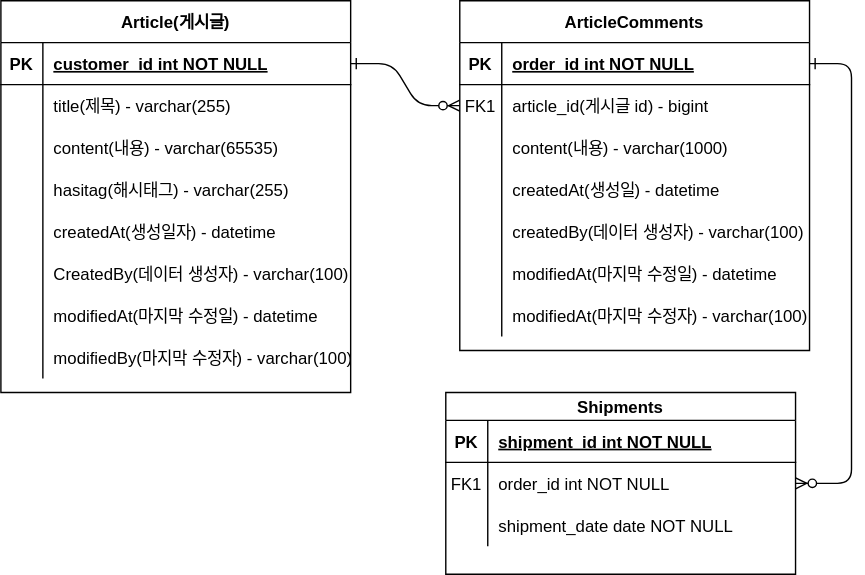
Earlier version of the draw.io export document/project-board-erd.drawio.svg (xron2929/fastcampus-project-board). Source tidied: cells renumbered, new cells last; positions are measured from the earlier drawing's top-left corner, leaving out a move shared by most shapes.
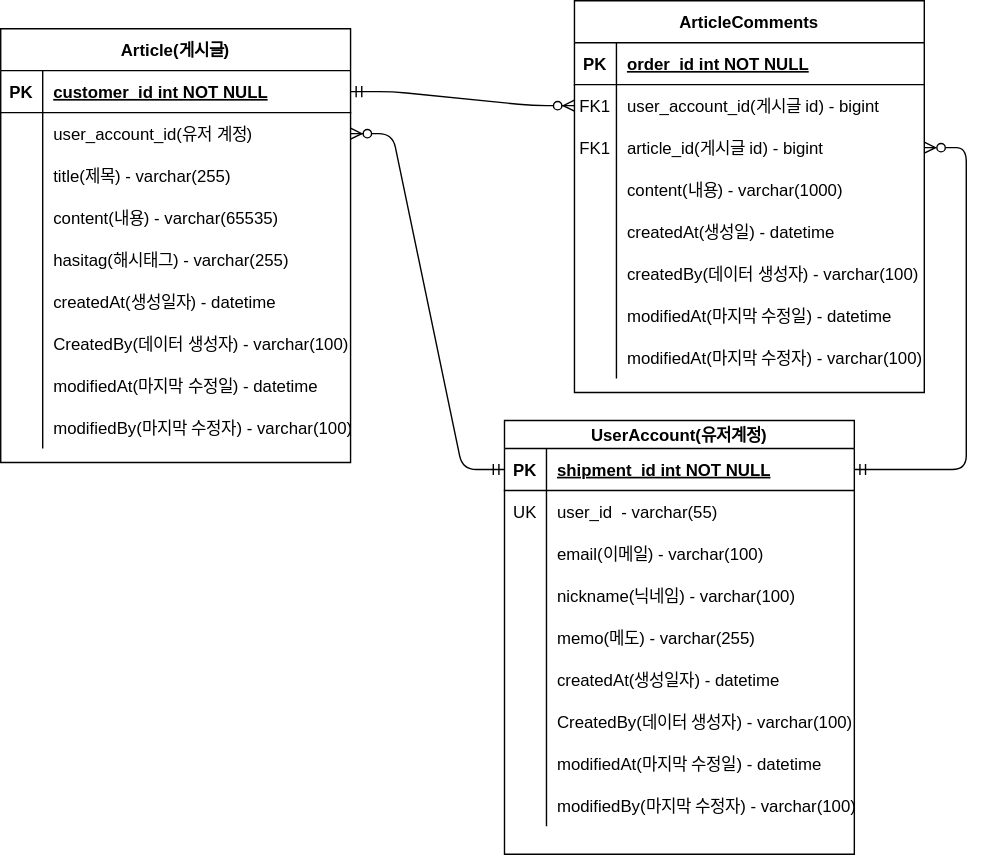
Later version of the same file.

The edit, as a diff of the source:
```diff
@@ -2,14 +2,11 @@
   <root>
     <mxCell id="0" />
     <mxCell id="1" parent="0" />
-    <mxCell id="2" style="edgeStyle=entityRelationEdgeStyle;endArrow=ERzeroToMany;startArrow=ERone;endFill=1;startFill=0;" parent="1" edge="1" source="37" target="8">
-      <mxGeometry relative="1" as="geometry" />
-    </mxCell>
-    <mxCell id="3" style="edgeStyle=entityRelationEdgeStyle;endArrow=ERzeroToMany;startArrow=ERone;endFill=1;startFill=0;" parent="1" edge="1" source="5" target="30">
+    <mxCell id="3" style="edgeStyle=entityRelationEdgeStyle;endArrow=ERmandOne;startArrow=ERzeroToMany;endFill=0;startFill=0;entryX=1;entryY=0.5;entryDx=0;entryDy=0;" parent="1" edge="1" source="61" target="27">
       <mxGeometry relative="1" as="geometry" />
     </mxCell>
     <mxCell id="4" value="ArticleComments" style="shape=table;startSize=30;rowLines=0;fontStyle=1;align=center;" parent="1" vertex="1">
-      <mxGeometry x="328" width="250" height="250" as="geometry" />
+      <mxGeometry x="328" y="-20" width="250" height="280" as="geometry" />
     </mxCell>
     <mxCell id="5" style="shape=partialRectangle;fillColor=none;points=[[0,0.5],[1,0.5]];portConstraint=eastwest;top=0;left=0;right=0;bottom=1;" parent="4" vertex="1">
       <mxGeometry y="30" width="250" height="30" as="geometry" />
@@ -26,11 +23,20 @@
     <mxCell id="9" value="FK1" style="shape=partialRectangle;overflow=hidden;fillColor=none;top=0;left=0;bottom=0;right=0;" parent="8" vertex="1">
       <mxGeometry width="30" height="30" as="geometry" />
     </mxCell>
-    <mxCell id="10" value="article_id(게시글 id) - bigint" style="shape=partialRectangle;overflow=hidden;fillColor=none;top=0;left=0;bottom=0;right=0;align=left;spacingLeft=6;" parent="8" vertex="1">
+    <mxCell id="10" value="user_account_id(게시글 id) - bigint" style="shape=partialRectangle;overflow=hidden;fillColor=none;top=0;left=0;bottom=0;right=0;align=left;spacingLeft=6;" parent="8" vertex="1">
       <mxGeometry x="30" width="220" height="30" as="geometry" />
     </mxCell>
+    <mxCell id="61" style="shape=partialRectangle;fillColor=none;points=[[0,0.5],[1,0.5]];portConstraint=eastwest;top=0;left=0;right=0;bottom=0;" parent="4" vertex="1">
+      <mxGeometry y="90" width="250" height="30" as="geometry" />
+    </mxCell>
+    <mxCell id="62" value="FK1" style="shape=partialRectangle;overflow=hidden;fillColor=none;top=0;left=0;bottom=0;right=0;" parent="61" vertex="1">
+      <mxGeometry width="30" height="30" as="geometry" />
+    </mxCell>
+    <mxCell id="63" value="article_id(게시글 id) - bigint" style="shape=partialRectangle;overflow=hidden;fillColor=none;top=0;left=0;bottom=0;right=0;align=left;spacingLeft=6;" parent="61" vertex="1">
+      <mxGeometry x="30" width="220" height="30" as="geometry" />
+    </mxCell>
     <mxCell id="11" style="shape=partialRectangle;fillColor=none;top=0;left=0;right=0;bottom=0;" parent="4" vertex="1">
-      <mxGeometry y="90" width="250" height="30" as="geometry" />
+      <mxGeometry y="120" width="250" height="30" as="geometry" />
     </mxCell>
     <mxCell id="12" style="shape=partialRectangle;overflow=hidden;fillColor=none;top=0;left=0;bottom=0;right=0;" parent="11" vertex="1">
       <mxGeometry width="30" height="30" as="geometry" />
@@ -39,7 +45,7 @@
       <mxGeometry x="30" width="220" height="30" as="geometry" />
     </mxCell>
     <mxCell id="14" style="shape=partialRectangle;fillColor=none;top=0;left=0;right=0;bottom=0;" parent="4" vertex="1">
-      <mxGeometry y="120" width="250" height="30" as="geometry" />
+      <mxGeometry y="150" width="250" height="30" as="geometry" />
     </mxCell>
     <mxCell id="15" style="shape=partialRectangle;overflow=hidden;fillColor=none;top=0;left=0;bottom=0;right=0;" parent="14" vertex="1">
       <mxGeometry width="30" height="30" as="geometry" />
@@ -48,7 +54,7 @@
       <mxGeometry x="30" width="220" height="30" as="geometry" />
     </mxCell>
     <mxCell id="17" style="shape=partialRectangle;fillColor=none;top=0;left=0;right=0;bottom=0;" parent="4" vertex="1">
-      <mxGeometry y="150" width="250" height="30" as="geometry" />
+      <mxGeometry y="180" width="250" height="30" as="geometry" />
     </mxCell>
     <mxCell id="18" style="shape=partialRectangle;overflow=hidden;fillColor=none;top=0;left=0;bottom=0;right=0;" parent="17" vertex="1">
       <mxGeometry width="30" height="30" as="geometry" />
@@ -57,7 +63,7 @@
       <mxGeometry x="30" width="220" height="30" as="geometry" />
     </mxCell>
     <mxCell id="20" style="shape=partialRectangle;fillColor=none;top=0;left=0;right=0;bottom=0;" parent="4" vertex="1">
-      <mxGeometry y="180" width="250" height="30" as="geometry" />
+      <mxGeometry y="210" width="250" height="30" as="geometry" />
     </mxCell>
     <mxCell id="21" style="shape=partialRectangle;overflow=hidden;fillColor=none;top=0;left=0;bottom=0;right=0;" parent="20" vertex="1">
       <mxGeometry width="30" height="30" as="geometry" />
@@ -66,7 +72,7 @@
       <mxGeometry x="30" width="220" height="30" as="geometry" />
     </mxCell>
     <mxCell id="23" style="shape=partialRectangle;fillColor=none;top=0;left=0;right=0;bottom=0;" parent="4" vertex="1">
-      <mxGeometry y="210" width="250" height="30" as="geometry" />
+      <mxGeometry y="240" width="250" height="30" as="geometry" />
     </mxCell>
     <mxCell id="24" style="shape=partialRectangle;overflow=hidden;fillColor=none;top=0;left=0;bottom=0;right=0;" parent="23" vertex="1">
       <mxGeometry width="30" height="30" as="geometry" />
@@ -74,8 +80,8 @@
     <mxCell id="25" value="modifiedAt(마지막 수정자) - varchar(100)" style="shape=partialRectangle;overflow=hidden;fillColor=none;top=0;left=0;bottom=0;right=0;align=left;spacingLeft=6;" parent="23" vertex="1">
       <mxGeometry x="30" width="220" height="30" as="geometry" />
     </mxCell>
-    <mxCell id="26" value="Shipments" style="shape=table;startSize=20;rowLines=0;fontStyle=1;align=center;" parent="1" vertex="1">
-      <mxGeometry x="318" y="280" width="250" height="130" as="geometry" />
+    <mxCell id="26" value="UserAccount(유저계정)" style="shape=table;startSize=20;rowLines=0;fontStyle=1;align=center;" parent="1" vertex="1">
+      <mxGeometry x="278" y="280" width="250" height="310" as="geometry" />
     </mxCell>
     <mxCell id="27" style="shape=partialRectangle;fillColor=none;points=[[0,0.5],[1,0.5]];portConstraint=eastwest;top=0;left=0;right=0;bottom=1;" parent="26" vertex="1">
       <mxGeometry y="20" width="250" height="30" as="geometry" />
@@ -89,10 +95,10 @@
     <mxCell id="30" style="shape=partialRectangle;fillColor=none;points=[[0,0.5],[1,0.5]];portConstraint=eastwest;top=0;left=0;right=0;bottom=0;" parent="26" vertex="1">
       <mxGeometry y="50" width="250" height="30" as="geometry" />
     </mxCell>
-    <mxCell id="31" value="FK1" style="shape=partialRectangle;overflow=hidden;fillColor=none;top=0;left=0;bottom=0;right=0;" parent="30" vertex="1">
+    <mxCell id="31" value="UK" style="shape=partialRectangle;overflow=hidden;fillColor=none;top=0;left=0;bottom=0;right=0;" parent="30" vertex="1">
       <mxGeometry width="30" height="30" as="geometry" />
     </mxCell>
-    <mxCell id="32" value="order_id int NOT NULL" style="shape=partialRectangle;overflow=hidden;fillColor=none;top=0;left=0;bottom=0;right=0;align=left;spacingLeft=6;" parent="30" vertex="1">
+    <mxCell id="32" value="user_id  - varchar(55)" style="shape=partialRectangle;overflow=hidden;fillColor=none;top=0;left=0;bottom=0;right=0;align=left;spacingLeft=6;" parent="30" vertex="1">
       <mxGeometry x="30" width="220" height="30" as="geometry" />
     </mxCell>
     <mxCell id="33" style="shape=partialRectangle;fillColor=none;top=0;left=0;right=0;bottom=0;" parent="26" vertex="1">
@@ -101,11 +107,68 @@
     <mxCell id="34" style="shape=partialRectangle;overflow=hidden;fillColor=none;top=0;left=0;bottom=0;right=0;" parent="33" vertex="1">
       <mxGeometry width="30" height="30" as="geometry" />
     </mxCell>
-    <mxCell id="35" value="shipment_date date NOT NULL" style="shape=partialRectangle;overflow=hidden;fillColor=none;top=0;left=0;bottom=0;right=0;align=left;spacingLeft=6;" parent="33" vertex="1">
+    <mxCell id="35" value="email(이메일) - varchar(100)" style="shape=partialRectangle;overflow=hidden;fillColor=none;top=0;left=0;bottom=0;right=0;align=left;spacingLeft=6;" parent="33" vertex="1">
       <mxGeometry x="30" width="220" height="30" as="geometry" />
     </mxCell>
+    <mxCell id="64" style="shape=partialRectangle;fillColor=none;top=0;left=0;right=0;bottom=0;" parent="26" vertex="1">
+      <mxGeometry y="110" width="250" height="30" as="geometry" />
+    </mxCell>
+    <mxCell id="65" style="shape=partialRectangle;overflow=hidden;fillColor=none;top=0;left=0;bottom=0;right=0;" parent="64" vertex="1">
+      <mxGeometry width="30" height="30" as="geometry" />
+    </mxCell>
+    <mxCell id="66" value="nickname(닉네임) - varchar(100)" style="shape=partialRectangle;overflow=hidden;fillColor=none;top=0;left=0;bottom=0;right=0;align=left;spacingLeft=6;" parent="64" vertex="1">
+      <mxGeometry x="30" width="220" height="30" as="geometry" />
+    </mxCell>
+    <mxCell id="67" style="shape=partialRectangle;fillColor=none;top=0;left=0;right=0;bottom=0;" parent="26" vertex="1">
+      <mxGeometry y="140" width="250" height="30" as="geometry" />
+    </mxCell>
+    <mxCell id="68" style="shape=partialRectangle;overflow=hidden;fillColor=none;top=0;left=0;bottom=0;right=0;" parent="67" vertex="1">
+      <mxGeometry width="30" height="30" as="geometry" />
+    </mxCell>
+    <mxCell id="69" value="memo(메도) - varchar(255)" style="shape=partialRectangle;overflow=hidden;fillColor=none;top=0;left=0;bottom=0;right=0;align=left;spacingLeft=6;" parent="67" vertex="1">
+      <mxGeometry x="30" width="220" height="30" as="geometry" />
+    </mxCell>
+    <mxCell id="70" style="shape=partialRectangle;fillColor=none;top=0;left=0;right=0;bottom=0;" parent="26" vertex="1">
+      <mxGeometry y="170" width="250" height="30" as="geometry" />
+    </mxCell>
+    <mxCell id="71" style="shape=partialRectangle;overflow=hidden;fillColor=none;top=0;left=0;bottom=0;right=0;" parent="70" vertex="1">
+      <mxGeometry width="30" height="30" as="geometry" />
+    </mxCell>
+    <mxCell id="72" value="createdAt(생성일자) - datetime" style="shape=partialRectangle;overflow=hidden;fillColor=none;top=0;left=0;bottom=0;right=0;align=left;spacingLeft=6;" parent="70" vertex="1">
+      <mxGeometry x="30" width="220" height="30" as="geometry" />
+    </mxCell>
+    <mxCell id="73" style="shape=partialRectangle;fillColor=none;top=0;left=0;right=0;bottom=0;" parent="26" vertex="1">
+      <mxGeometry y="200" width="250" height="30" as="geometry" />
+    </mxCell>
+    <mxCell id="74" style="shape=partialRectangle;overflow=hidden;fillColor=none;top=0;left=0;bottom=0;right=0;" parent="73" vertex="1">
+      <mxGeometry width="30" height="30" as="geometry" />
+    </mxCell>
+    <mxCell id="75" value="CreatedBy(데이터 생성자) - varchar(100)" style="shape=partialRectangle;overflow=hidden;fillColor=none;top=0;left=0;bottom=0;right=0;align=left;spacingLeft=6;" parent="73" vertex="1">
+      <mxGeometry x="30" width="220" height="30" as="geometry" />
+    </mxCell>
+    <mxCell id="76" style="shape=partialRectangle;fillColor=none;top=0;left=0;right=0;bottom=0;" parent="26" vertex="1">
+      <mxGeometry y="230" width="250" height="30" as="geometry" />
+    </mxCell>
+    <mxCell id="77" style="shape=partialRectangle;overflow=hidden;fillColor=none;top=0;left=0;bottom=0;right=0;" parent="76" vertex="1">
+      <mxGeometry width="30" height="30" as="geometry" />
+    </mxCell>
+    <mxCell id="78" value="modifiedAt(마지막 수정일) - datetime" style="shape=partialRectangle;overflow=hidden;fillColor=none;top=0;left=0;bottom=0;right=0;align=left;spacingLeft=6;" parent="76" vertex="1">
+      <mxGeometry x="30" width="220" height="30" as="geometry" />
+    </mxCell>
+    <mxCell id="79" style="shape=partialRectangle;fillColor=none;top=0;left=0;right=0;bottom=0;" parent="26" vertex="1">
+      <mxGeometry y="260" width="250" height="30" as="geometry" />
+    </mxCell>
+    <mxCell id="80" style="shape=partialRectangle;overflow=hidden;fillColor=none;top=0;left=0;bottom=0;right=0;" parent="79" vertex="1">
+      <mxGeometry width="30" height="30" as="geometry" />
+    </mxCell>
+    <mxCell id="81" value="modifiedBy(마지막 수정자) - varchar(100)" style="shape=partialRectangle;overflow=hidden;fillColor=none;top=0;left=0;bottom=0;right=0;align=left;spacingLeft=6;" parent="79" vertex="1">
+      <mxGeometry x="30" width="220" height="30" as="geometry" />
+    </mxCell>
+    <mxCell id="2" style="edgeStyle=entityRelationEdgeStyle;endArrow=ERzeroToMany;startArrow=ERmandOne;endFill=1;startFill=0;exitX=1;exitY=0.5;exitDx=0;exitDy=0;" parent="1" edge="1" source="37" target="8">
+      <mxGeometry relative="1" as="geometry" />
+    </mxCell>
     <mxCell id="36" value="Article(게시글)" style="shape=table;startSize=30;rowLines=0;fontStyle=1;align=center;" parent="1" vertex="1">
-      <mxGeometry width="250" height="280" as="geometry" />
+      <mxGeometry x="-82" width="250" height="310" as="geometry" />
     </mxCell>
     <mxCell id="37" style="shape=partialRectangle;fillColor=none;points=[[0,0.5],[1,0.5]];portConstraint=eastwest;top=0;left=0;right=0;bottom=1;" parent="36" vertex="1">
       <mxGeometry y="30" width="250" height="30" as="geometry" />
@@ -122,11 +185,20 @@
     <mxCell id="41" style="shape=partialRectangle;overflow=hidden;fillColor=none;top=0;left=0;bottom=0;right=0;" parent="40" vertex="1">
       <mxGeometry width="30" height="30" as="geometry" />
     </mxCell>
-    <mxCell id="42" value="title(제목) - varchar(255)" style="shape=partialRectangle;overflow=hidden;fillColor=none;top=0;left=0;bottom=0;right=0;align=left;spacingLeft=6;" parent="40" vertex="1">
+    <mxCell id="42" value="user_account_id(유저 계정)" style="shape=partialRectangle;overflow=hidden;fillColor=none;top=0;left=0;bottom=0;right=0;align=left;spacingLeft=6;" parent="40" vertex="1">
       <mxGeometry x="30" width="220" height="30" as="geometry" />
     </mxCell>
+    <mxCell id="82" style="shape=partialRectangle;fillColor=none;top=0;left=0;right=0;bottom=0;" parent="36" vertex="1">
+      <mxGeometry y="90" width="250" height="30" as="geometry" />
+    </mxCell>
+    <mxCell id="83" style="shape=partialRectangle;overflow=hidden;fillColor=none;top=0;left=0;bottom=0;right=0;" parent="82" vertex="1">
+      <mxGeometry width="30" height="30" as="geometry" />
+    </mxCell>
+    <mxCell id="84" value="title(제목) - varchar(255)" style="shape=partialRectangle;overflow=hidden;fillColor=none;top=0;left=0;bottom=0;right=0;align=left;spacingLeft=6;" parent="82" vertex="1">
+      <mxGeometry x="30" width="220" height="30" as="geometry" />
+    </mxCell>
     <mxCell id="43" style="shape=partialRectangle;fillColor=none;top=0;left=0;right=0;bottom=0;" parent="36" vertex="1">
-      <mxGeometry y="90" width="250" height="30" as="geometry" />
+      <mxGeometry y="120" width="250" height="30" as="geometry" />
     </mxCell>
     <mxCell id="44" style="shape=partialRectangle;overflow=hidden;fillColor=none;top=0;left=0;bottom=0;right=0;" parent="43" vertex="1">
       <mxGeometry width="30" height="30" as="geometry" />
@@ -135,7 +207,7 @@
       <mxGeometry x="30" width="220" height="30" as="geometry" />
     </mxCell>
     <mxCell id="46" style="shape=partialRectangle;fillColor=none;top=0;left=0;right=0;bottom=0;" parent="36" vertex="1">
-      <mxGeometry y="120" width="250" height="30" as="geometry" />
+      <mxGeometry y="150" width="250" height="30" as="geometry" />
     </mxCell>
     <mxCell id="47" style="shape=partialRectangle;overflow=hidden;fillColor=none;top=0;left=0;bottom=0;right=0;" parent="46" vertex="1">
       <mxGeometry width="30" height="30" as="geometry" />
@@ -144,7 +216,7 @@
       <mxGeometry x="30" width="220" height="30" as="geometry" />
     </mxCell>
     <mxCell id="49" style="shape=partialRectangle;fillColor=none;top=0;left=0;right=0;bottom=0;" parent="36" vertex="1">
-      <mxGeometry y="150" width="250" height="30" as="geometry" />
+      <mxGeometry y="180" width="250" height="30" as="geometry" />
     </mxCell>
     <mxCell id="50" style="shape=partialRectangle;overflow=hidden;fillColor=none;top=0;left=0;bottom=0;right=0;" parent="49" vertex="1">
       <mxGeometry width="30" height="30" as="geometry" />
@@ -153,7 +225,7 @@
       <mxGeometry x="30" width="220" height="30" as="geometry" />
     </mxCell>
     <mxCell id="52" style="shape=partialRectangle;fillColor=none;top=0;left=0;right=0;bottom=0;" parent="36" vertex="1">
-      <mxGeometry y="180" width="250" height="30" as="geometry" />
+      <mxGeometry y="210" width="250" height="30" as="geometry" />
     </mxCell>
     <mxCell id="53" style="shape=partialRectangle;overflow=hidden;fillColor=none;top=0;left=0;bottom=0;right=0;" parent="52" vertex="1">
       <mxGeometry width="30" height="30" as="geometry" />
@@ -162,7 +234,7 @@
       <mxGeometry x="30" width="220" height="30" as="geometry" />
     </mxCell>
     <mxCell id="55" style="shape=partialRectangle;fillColor=none;top=0;left=0;right=0;bottom=0;" parent="36" vertex="1">
-      <mxGeometry y="210" width="250" height="30" as="geometry" />
+      <mxGeometry y="240" width="250" height="30" as="geometry" />
     </mxCell>
     <mxCell id="56" style="shape=partialRectangle;overflow=hidden;fillColor=none;top=0;left=0;bottom=0;right=0;" parent="55" vertex="1">
       <mxGeometry width="30" height="30" as="geometry" />
@@ -171,7 +243,7 @@
       <mxGeometry x="30" width="220" height="30" as="geometry" />
     </mxCell>
     <mxCell id="58" style="shape=partialRectangle;fillColor=none;top=0;left=0;right=0;bottom=0;" parent="36" vertex="1">
-      <mxGeometry y="240" width="250" height="30" as="geometry" />
+      <mxGeometry y="270" width="250" height="30" as="geometry" />
     </mxCell>
     <mxCell id="59" style="shape=partialRectangle;overflow=hidden;fillColor=none;top=0;left=0;bottom=0;right=0;" parent="58" vertex="1">
       <mxGeometry width="30" height="30" as="geometry" />
@@ -179,5 +251,8 @@
     <mxCell id="60" value="modifiedBy(마지막 수정자) - varchar(100)" style="shape=partialRectangle;overflow=hidden;fillColor=none;top=0;left=0;bottom=0;right=0;align=left;spacingLeft=6;" parent="58" vertex="1">
       <mxGeometry x="30" width="220" height="30" as="geometry" />
     </mxCell>
+    <mxCell id="85" style="edgeStyle=entityRelationEdgeStyle;endArrow=ERzeroToMany;startArrow=ERmandOne;endFill=1;startFill=0;exitX=0;exitY=0.5;exitDx=0;exitDy=0;entryX=1;entryY=0.5;entryDx=0;entryDy=0;" parent="1" edge="1" source="27" target="40">
+      <mxGeometry relative="1" as="geometry" />
+    </mxCell>
   </root>
 </mxGraphModel>
```
